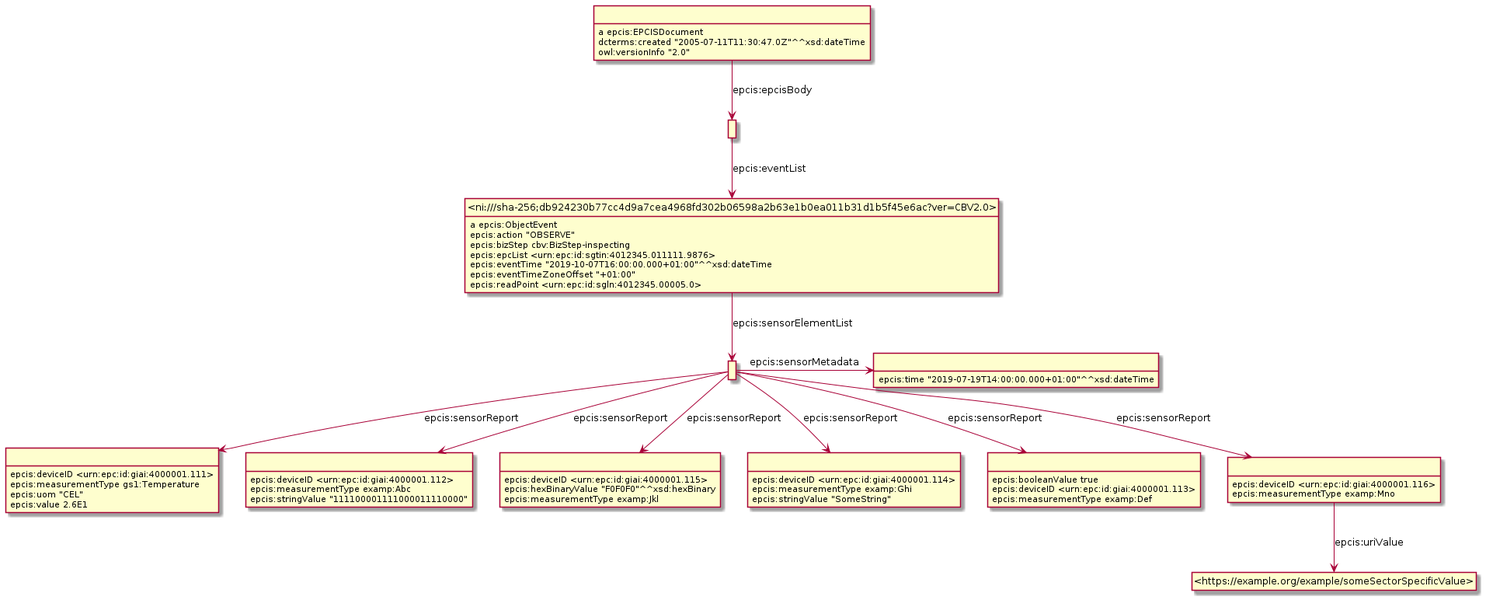
Above: Diagrams/WithSensorData/SensorDataExample7.png in gs1/EPCIS (PlantUML), before the change.
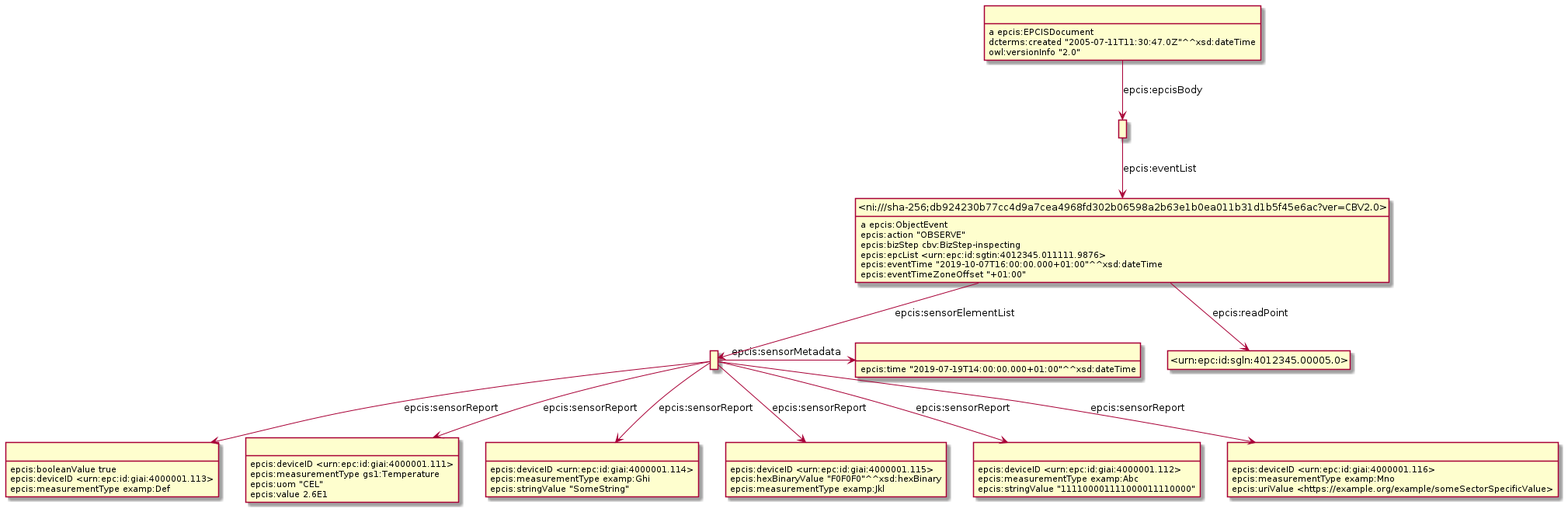
The same file after the commit.

The edit, as a diff of the source:
```diff
@@ -3,56 +3,56 @@
 hide empty attributes
 hide circle
 skinparam classAttributeIconSize 0
-class _r1631889720r2_ as " "
-class _r1631889720r9_ as " "
-_r1631889720r2_ -down-> _r1631889720r9_ : epcis:sensorReport
-class _r1631889720r8_ as " "
-_r1631889720r2_ -down-> _r1631889720r8_ : epcis:sensorReport
-class _r1631889720r5_ as " "
-_r1631889720r2_ -down-> _r1631889720r5_ : epcis:sensorReport
-class _r1631889720r6_ as " "
-_r1631889720r2_ -down-> _r1631889720r6_ : epcis:sensorReport
-class _r1631889720r7_ as " "
-_r1631889720r2_ -down-> _r1631889720r7_ : epcis:sensorReport
-class _r1631889720r4_ as " "
-_r1631889720r2_ -down-> _r1631889720r4_ : epcis:sensorReport
-class _r1631889720r3_ as " "
-_r1631889720r2_ -right-> _r1631889720r3_ : epcis:sensorMetadata
-_r1631889720r9_ : epcis:deviceID <urn:epc:id:giai:4000001.111>
-_r1631889720r9_ : epcis:measurementType gs1:Temperature
-_r1631889720r9_ : epcis:uom "CEL"
-_r1631889720r9_ : epcis:value 2.6E1
-_r1631889720r5_ : epcis:deviceID <urn:epc:id:giai:4000001.115>
-_r1631889720r5_ : epcis:hexBinaryValue "F0F0F0"^^xsd:hexBinary
-_r1631889720r5_ : epcis:measurementType examp:Jkl
-class _r1631889720r1_ as " "
+class _r1632232168r1_ as " "
 class _ni_sha_256_db924230b77cc4d9a7cea4968fd302b06598a2b63e1b0ea011b31d1b5f45e6ac_ver_CBV2_0_ as "<ni:///sha-256;db924230b77cc4d9a7cea4968fd302b06598a2b63e1b0ea011b31d1b5f45e6ac?ver=CBV2.0>"
-_r1631889720r1_ -down-> _ni_sha_256_db924230b77cc4d9a7cea4968fd302b06598a2b63e1b0ea011b31d1b5f45e6ac_ver_CBV2_0_ : epcis:eventList
-_r1631889720r6_ : epcis:deviceID <urn:epc:id:giai:4000001.114>
-_r1631889720r6_ : epcis:measurementType examp:Ghi
-_r1631889720r6_ : epcis:stringValue "SomeString"
-_r1631889720r7_ : epcis:booleanValue true
-_r1631889720r7_ : epcis:deviceID <urn:epc:id:giai:4000001.113>
-_r1631889720r7_ : epcis:measurementType examp:Def
-class _r1631889720r0_ as " "
-_r1631889720r0_ : a epcis:EPCISDocument
-_r1631889720r0_ -down-> _r1631889720r1_ : epcis:epcisBody
-_r1631889720r0_ : dcterms:created "2005-07-11T11:30:47.0Z"^^xsd:dateTime
-_r1631889720r0_ : owl:versionInfo "2.0"
-_r1631889720r8_ : epcis:deviceID <urn:epc:id:giai:4000001.112>
-_r1631889720r8_ : epcis:measurementType examp:Abc
-_r1631889720r8_ : epcis:stringValue "111100001111000011110000"
-class _https_example_org_example_someSectorSpecificValue_ as "<https://example.org/example/someSectorSpecificValue>"
-_r1631889720r4_ -down-> _https_example_org_example_someSectorSpecificValue_ : epcis:uriValue
-_r1631889720r4_ : epcis:deviceID <urn:epc:id:giai:4000001.116>
-_r1631889720r4_ : epcis:measurementType examp:Mno
-_r1631889720r3_ : epcis:time "2019-07-19T14:00:00.000+01:00"^^xsd:dateTime
+_r1632232168r1_ -down-> _ni_sha_256_db924230b77cc4d9a7cea4968fd302b06598a2b63e1b0ea011b31d1b5f45e6ac_ver_CBV2_0_ : epcis:eventList
+class _r1632232168r7_ as " "
+_r1632232168r7_ : epcis:booleanValue true
+_r1632232168r7_ : epcis:deviceID <urn:epc:id:giai:4000001.113>
+_r1632232168r7_ : epcis:measurementType examp:Def
+class _r1632232168r0_ as " "
+_r1632232168r0_ : a epcis:EPCISDocument
+_r1632232168r0_ -down-> _r1632232168r1_ : epcis:epcisBody
+_r1632232168r0_ : dcterms:created "2005-07-11T11:30:47.0Z"^^xsd:dateTime
+_r1632232168r0_ : owl:versionInfo "2.0"
+class _r1632232168r3_ as " "
+_r1632232168r3_ : epcis:time "2019-07-19T14:00:00.000+01:00"^^xsd:dateTime
+class _r1632232168r9_ as " "
+_r1632232168r9_ : epcis:deviceID <urn:epc:id:giai:4000001.111>
+_r1632232168r9_ : epcis:measurementType gs1:Temperature
+_r1632232168r9_ : epcis:uom "CEL"
+_r1632232168r9_ : epcis:value 2.6E1
+class _r1632232168r6_ as " "
+_r1632232168r6_ : epcis:deviceID <urn:epc:id:giai:4000001.114>
+_r1632232168r6_ : epcis:measurementType examp:Ghi
+_r1632232168r6_ : epcis:stringValue "SomeString"
+class _r1632232168r2_ as " "
+class _r1632232168r5_ as " "
+_r1632232168r2_ -down-> _r1632232168r5_ : epcis:sensorReport
+_r1632232168r2_ -down-> _r1632232168r7_ : epcis:sensorReport
+_r1632232168r2_ -right-> _r1632232168r3_ : epcis:sensorMetadata
+class _r1632232168r8_ as " "
+_r1632232168r2_ -down-> _r1632232168r8_ : epcis:sensorReport
+_r1632232168r2_ -down-> _r1632232168r9_ : epcis:sensorReport
+class _r1632232168r4_ as " "
+_r1632232168r2_ -down-> _r1632232168r4_ : epcis:sensorReport
+_r1632232168r2_ -down-> _r1632232168r6_ : epcis:sensorReport
+_r1632232168r5_ : epcis:deviceID <urn:epc:id:giai:4000001.115>
+_r1632232168r5_ : epcis:hexBinaryValue "F0F0F0"^^xsd:hexBinary
+_r1632232168r5_ : epcis:measurementType examp:Jkl
 _ni_sha_256_db924230b77cc4d9a7cea4968fd302b06598a2b63e1b0ea011b31d1b5f45e6ac_ver_CBV2_0_ : a epcis:ObjectEvent
-_ni_sha_256_db924230b77cc4d9a7cea4968fd302b06598a2b63e1b0ea011b31d1b5f45e6ac_ver_CBV2_0_ -down-> _r1631889720r2_ : epcis:sensorElementList
+class _urn_epc_id_sgln_4012345_00005_0_ as "<urn:epc:id:sgln:4012345.00005.0>"
+_ni_sha_256_db924230b77cc4d9a7cea4968fd302b06598a2b63e1b0ea011b31d1b5f45e6ac_ver_CBV2_0_ -down-> _urn_epc_id_sgln_4012345_00005_0_ : epcis:readPoint
+_ni_sha_256_db924230b77cc4d9a7cea4968fd302b06598a2b63e1b0ea011b31d1b5f45e6ac_ver_CBV2_0_ -down-> _r1632232168r2_ : epcis:sensorElementList
 _ni_sha_256_db924230b77cc4d9a7cea4968fd302b06598a2b63e1b0ea011b31d1b5f45e6ac_ver_CBV2_0_ : epcis:action "OBSERVE"
 _ni_sha_256_db924230b77cc4d9a7cea4968fd302b06598a2b63e1b0ea011b31d1b5f45e6ac_ver_CBV2_0_ : epcis:bizStep cbv:BizStep-inspecting
 _ni_sha_256_db924230b77cc4d9a7cea4968fd302b06598a2b63e1b0ea011b31d1b5f45e6ac_ver_CBV2_0_ : epcis:epcList <urn:epc:id:sgtin:4012345.011111.9876>
 _ni_sha_256_db924230b77cc4d9a7cea4968fd302b06598a2b63e1b0ea011b31d1b5f45e6ac_ver_CBV2_0_ : epcis:eventTime "2019-10-07T16:00:00.000+01:00"^^xsd:dateTime
 _ni_sha_256_db924230b77cc4d9a7cea4968fd302b06598a2b63e1b0ea011b31d1b5f45e6ac_ver_CBV2_0_ : epcis:eventTimeZoneOffset "+01:00"
-_ni_sha_256_db924230b77cc4d9a7cea4968fd302b06598a2b63e1b0ea011b31d1b5f45e6ac_ver_CBV2_0_ : epcis:readPoint <urn:epc:id:sgln:4012345.00005.0>
+_r1632232168r8_ : epcis:deviceID <urn:epc:id:giai:4000001.112>
+_r1632232168r8_ : epcis:measurementType examp:Abc
+_r1632232168r8_ : epcis:stringValue "111100001111000011110000"
+_r1632232168r4_ : epcis:deviceID <urn:epc:id:giai:4000001.116>
+_r1632232168r4_ : epcis:measurementType examp:Mno
+_r1632232168r4_ : epcis:uriValue <https://example.org/example/someSectorSpecificValue>
 @enduml
```
